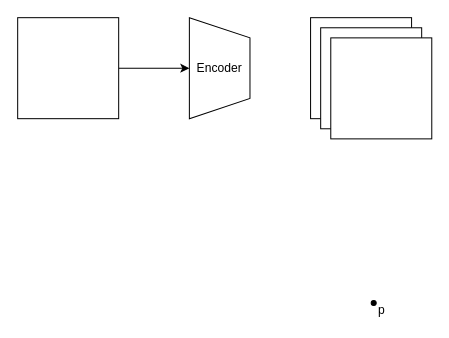
mingzailao/mingzailao.github.io keeps this draw.io diagram as Untitled Diagram.drawio. Above is the earlier version. Source tidied: cells renumbered, new cells numbered last; positions are measured from the earlier drawing's top-left corner, leaving out a move shared by most shapes. Both pictures are drawn from the tidied source at 101%, with x=0, y=0 at pixel (17, 17).
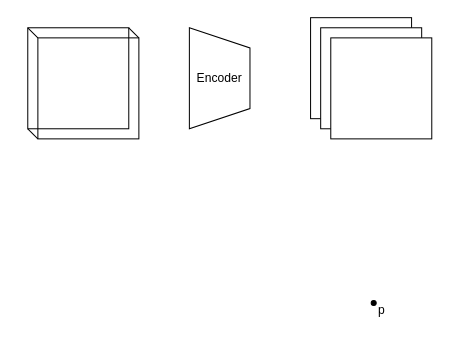
The same page after the edit.

Change to the diagram source:
```diff
@@
 <mxGraphModel>
   <root>
     <mxCell id="0" />
     <mxCell id="1" parent="0" />
-    <mxCell id="2" style="edgeStyle=orthogonalEdgeStyle;rounded=0;jettySize=auto;html=1;entryX=0.5;entryY=1;entryDx=0;entryDy=0;" parent="1" edge="1" source="3" target="4">
-      <mxGeometry relative="1" as="geometry" />
-    </mxCell>
-    <mxCell id="3" style="whiteSpace=wrap;html=1;" parent="1" vertex="1">
-      <mxGeometry width="100" height="100" as="geometry" />
+    <mxCell id="3" style="whiteSpace=wrap;html=1;fillColor=none;" parent="1" vertex="1">
+      <mxGeometry x="10" y="10" width="100" height="100" as="geometry" />
     </mxCell>
+    <mxCell id="10" style="edgeStyle=none;rounded=0;jettySize=auto;html=1;exitX=1;exitY=0;exitDx=0;exitDy=0;entryX=1;entryY=0;entryDx=0;entryDy=0;endArrow=none;endFill=0;" parent="1" edge="1" source="3" target="12">
+      <mxGeometry relative="1" as="geometry" />
+    </mxCell>
+    <mxCell id="11" style="edgeStyle=none;rounded=0;jettySize=auto;html=1;exitX=0;exitY=1;exitDx=0;exitDy=0;entryX=0;entryY=1;entryDx=0;entryDy=0;endArrow=none;endFill=0;" parent="1" edge="1" source="3" target="12">
+      <mxGeometry relative="1" as="geometry" />
+    </mxCell>
     <mxCell id="4" value="Encoder" style="shape=trapezoid;perimeter=trapezoidPerimeter;whiteSpace=wrap;html=1;fixedSize=1;direction=south;" parent="1" vertex="1">
-      <mxGeometry x="170" width="60" height="100" as="geometry" />
+      <mxGeometry x="170" y="10" width="60" height="100" as="geometry" />
     </mxCell>
     <mxCell id="5" style="whiteSpace=wrap;html=1;" parent="1" vertex="1">
       <mxGeometry x="290" width="100" height="100" as="geometry" />
     </mxCell>
     <mxCell id="6" style="whiteSpace=wrap;html=1;" parent="1" vertex="1">
       <mxGeometry x="300" y="10" width="100" height="100" as="geometry" />
     </mxCell>
     <mxCell id="7" style="whiteSpace=wrap;html=1;" parent="1" vertex="1">
       <mxGeometry x="310" y="20" width="100" height="100" as="geometry" />
     </mxCell>
     <mxCell id="8" style="ellipse;whiteSpace=wrap;html=1;fillColor=#000000;" parent="1" vertex="1">
       <mxGeometry x="350" y="280" width="5" height="5" as="geometry" />
     </mxCell>
     <mxCell id="9" value="p" style="text;html=1;align=center;verticalAlign=middle;strokeColor=none;fillColor=none;" parent="1" vertex="1">
       <mxGeometry x="350" y="280" width="20" height="20" as="geometry" />
     </mxCell>
+    <mxCell id="12" style="whiteSpace=wrap;html=1;fillColor=none;" parent="1" vertex="1">
+      <mxGeometry x="20" y="20" width="100" height="100" as="geometry" />
+    </mxCell>
+    <mxCell id="13" style="rounded=0;orthogonalLoop=1;jettySize=auto;html=1;exitX=0;exitY=0;exitDx=0;exitDy=0;endArrow=none;endFill=0;" parent="1" edge="1" source="3" target="3">
+      <mxGeometry relative="1" as="geometry">
+        <Array as="points">
+          <mxPoint x="20" y="20" />
+        </Array>
+      </mxGeometry>
+    </mxCell>
+    <mxCell id="14" style="edgeStyle=none;rounded=0;orthogonalLoop=1;jettySize=auto;html=1;exitX=1;exitY=1;exitDx=0;exitDy=0;endArrow=none;endFill=0;" parent="1" edge="1" source="12" target="12">
+      <mxGeometry relative="1" as="geometry" />
+    </mxCell>
   </root>
 </mxGraphModel>
```
